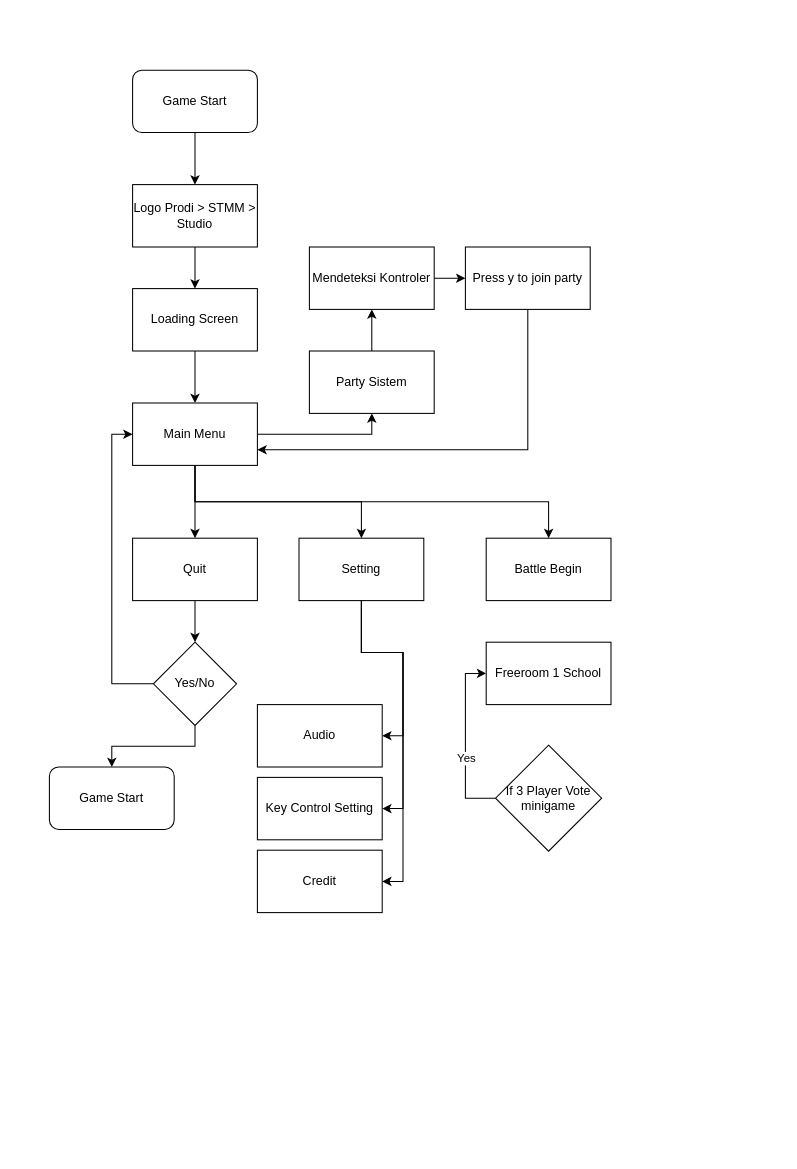
Before: Game Flow - Classmeet(Sport) .drawio in RioEka/S5, a draw.io diagram. Source tidied: cells renumbered, new cells numbered last; positions are measured from the earlier drawing's top-left corner, leaving out a move shared by most shapes. Both pictures are drawn from the tidied source at 104%, with x=0, y=0 at pixel (49, 70).
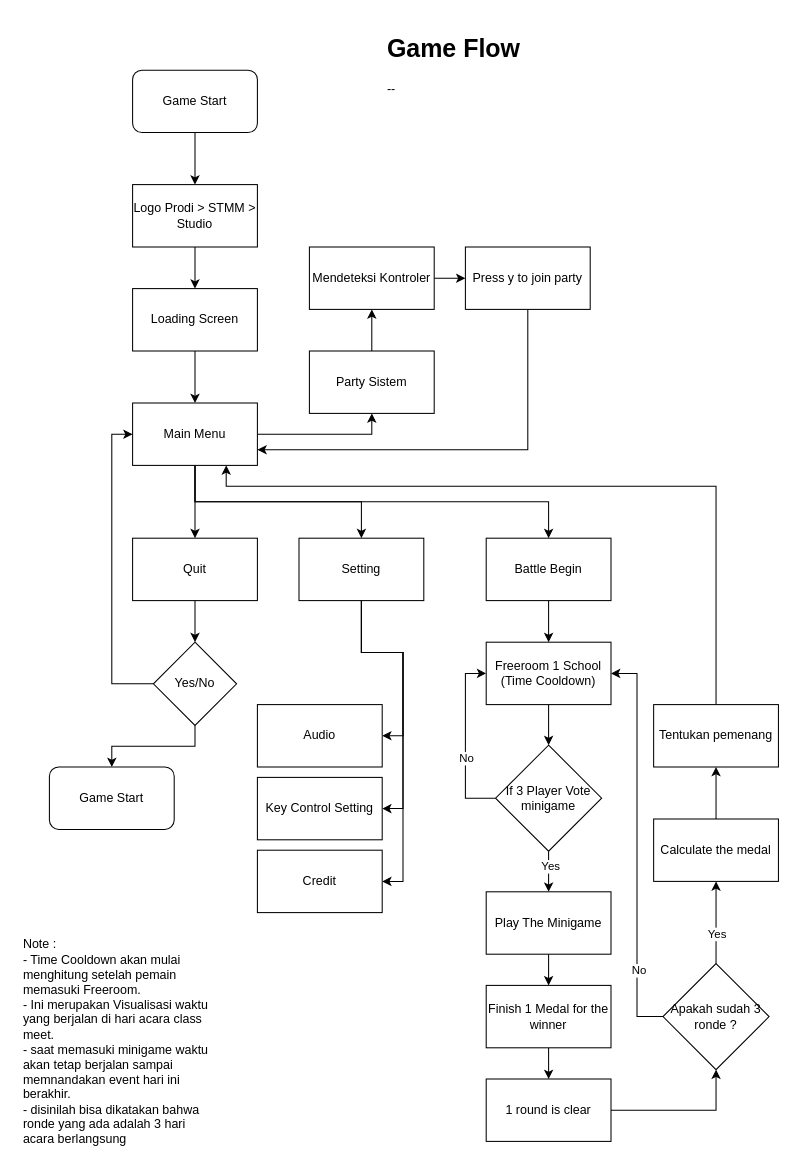
After the change.

The change refers to these unchanged cells:
```xml
<mxCell id="12" value="Main Menu" style="rounded=0;whiteSpace=wrap;html=1;" parent="1" vertex="1">
  <mxGeometry x="80" y="320" width="120" height="60" as="geometry" />
</mxCell>
<mxCell id="32" value="Battle Begin" style="rounded=0;whiteSpace=wrap;html=1;" parent="1" vertex="1">
  <mxGeometry x="420" y="450" width="120" height="60" as="geometry" />
</mxCell>
<mxCell id="34" style="edgeStyle=orthogonalEdgeStyle;rounded=0;jettySize=auto;html=1;exitX=0;exitY=0.5;exitDx=0;exitDy=0;entryX=0;entryY=0.5;entryDx=0;entryDy=0;" parent="1" edge="1" source="36" target="33">
  <mxGeometry relative="1" as="geometry" />
</mxCell>
<mxCell id="36" value="If 3 Player Vote minigame" style="rhombus;whiteSpace=wrap;html=1;" parent="1" vertex="1">
  <mxGeometry x="429" y="649" width="102" height="102" as="geometry" />
</mxCell>
```

Diff of the diagram source:
```diff
@@
+    <mxCell id="37" style="edgeStyle=orthogonalEdgeStyle;rounded=0;jettySize=auto;html=1;" parent="1" edge="1" source="32" target="33">
+      <mxGeometry relative="1" as="geometry" />
+    </mxCell>
@@
+    <mxCell id="38" style="edgeStyle=orthogonalEdgeStyle;rounded=0;jettySize=auto;html=1;" parent="1" edge="1" source="33" target="36">
+      <mxGeometry relative="1" as="geometry" />
+    </mxCell>
-    <mxCell id="33" value="Freeroom 1 School" style="rounded=0;whiteSpace=wrap;html=1;" parent="1" vertex="1">
+    <mxCell id="33" value="Freeroom 1 School&lt;br&gt;(Time Cooldown)" style="rounded=0;whiteSpace=wrap;html=1;" parent="1" vertex="1">
       <mxGeometry x="420" y="550" width="120" height="60" as="geometry" />
     </mxCell>
@@
-    <mxCell id="35" value="Yes" style="edgeLabel;html=1;align=center;verticalAlign=middle;" parent="34" vertex="1">
+    <mxCell id="35" value="No" style="edgeLabel;html=1;align=center;verticalAlign=middle;" parent="34" vertex="1">
       <mxGeometry x="-0.19" relative="1" as="geometry" />
     </mxCell>
+    <mxCell id="39" style="edgeStyle=orthogonalEdgeStyle;rounded=0;jettySize=auto;html=1;" parent="1" edge="1" source="36" target="42">
+      <mxGeometry relative="1" as="geometry" />
+    </mxCell>
+    <mxCell id="40" value="Yes" style="edgeLabel;html=1;align=center;verticalAlign=middle;" parent="39" vertex="1">
+      <mxGeometry x="-0.29" y="1" relative="1" as="geometry">
+        <mxPoint y="-1" as="offset" />
+      </mxGeometry>
+    </mxCell>
@@
+    <mxCell id="41" style="edgeStyle=orthogonalEdgeStyle;rounded=0;jettySize=auto;html=1;" parent="1" edge="1" source="42" target="44">
+      <mxGeometry relative="1" as="geometry" />
+    </mxCell>
+    <mxCell id="42" value="Play The Minigame" style="rounded=0;whiteSpace=wrap;html=1;" parent="1" vertex="1">
+      <mxGeometry x="420" y="790" width="120" height="60" as="geometry" />
+    </mxCell>
+    <mxCell id="43" style="edgeStyle=orthogonalEdgeStyle;rounded=0;jettySize=auto;html=1;" parent="1" edge="1" source="44" target="46">
+      <mxGeometry relative="1" as="geometry" />
+    </mxCell>
+    <mxCell id="44" value="Finish 1 Medal for the winner" style="whiteSpace=wrap;html=1;rounded=0;" parent="1" vertex="1">
+      <mxGeometry x="420" y="880" width="120" height="60" as="geometry" />
+    </mxCell>
+    <mxCell id="45" style="edgeStyle=orthogonalEdgeStyle;rounded=0;jettySize=auto;html=1;exitX=1;exitY=0.5;exitDx=0;exitDy=0;entryX=0.5;entryY=1;entryDx=0;entryDy=0;" parent="1" edge="1" source="46" target="51">
+      <mxGeometry relative="1" as="geometry" />
+    </mxCell>
+    <mxCell id="46" value="1 round is clear" style="whiteSpace=wrap;html=1;rounded=0;" parent="1" vertex="1">
+      <mxGeometry x="420" y="970" width="120" height="60" as="geometry" />
+    </mxCell>
+    <mxCell id="47" style="edgeStyle=orthogonalEdgeStyle;rounded=0;jettySize=auto;html=1;exitX=0;exitY=0.5;exitDx=0;exitDy=0;entryX=1;entryY=0.5;entryDx=0;entryDy=0;" parent="1" edge="1" source="51" target="33">
+      <mxGeometry relative="1" as="geometry" />
+    </mxCell>
+    <mxCell id="48" value="No" style="edgeLabel;html=1;align=center;verticalAlign=middle;" parent="47" vertex="1">
+      <mxGeometry x="-0.63" y="-1" relative="1" as="geometry" />
+    </mxCell>
+    <mxCell id="49" style="edgeStyle=orthogonalEdgeStyle;rounded=0;jettySize=auto;html=1;exitX=0.5;exitY=0;exitDx=0;exitDy=0;entryX=0.5;entryY=1;entryDx=0;entryDy=0;" parent="1" edge="1" source="51" target="53">
+      <mxGeometry relative="1" as="geometry" />
+    </mxCell>
+    <mxCell id="50" value="Yes" style="edgeLabel;html=1;align=center;verticalAlign=middle;" parent="49" vertex="1">
+      <mxGeometry x="0.17" relative="1" as="geometry">
+        <mxPoint y="17" as="offset" />
+      </mxGeometry>
+    </mxCell>
+    <mxCell id="51" value="Apakah sudah 3 ronde ?" style="rhombus;whiteSpace=wrap;html=1;" parent="1" vertex="1">
+      <mxGeometry x="590" y="859" width="102" height="102" as="geometry" />
+    </mxCell>
+    <mxCell id="52" style="edgeStyle=orthogonalEdgeStyle;rounded=0;jettySize=auto;html=1;" parent="1" edge="1" source="53" target="55">
+      <mxGeometry relative="1" as="geometry" />
+    </mxCell>
+    <mxCell id="53" value="Calculate the medal" style="rounded=0;whiteSpace=wrap;html=1;" parent="1" vertex="1">
+      <mxGeometry x="581" y="720" width="120" height="60" as="geometry" />
+    </mxCell>
+    <mxCell id="54" style="edgeStyle=orthogonalEdgeStyle;rounded=0;jettySize=auto;html=1;exitX=0.5;exitY=0;exitDx=0;exitDy=0;entryX=0.75;entryY=1;entryDx=0;entryDy=0;" parent="1" edge="1" source="55" target="12">
+      <mxGeometry relative="1" as="geometry">
+        <Array as="points">
+          <mxPoint x="641" y="400" />
+          <mxPoint x="170" y="400" />
+        </Array>
+      </mxGeometry>
+    </mxCell>
+    <mxCell id="55" value="Tentukan pemenang" style="rounded=0;whiteSpace=wrap;html=1;" parent="1" vertex="1">
+      <mxGeometry x="581" y="610" width="120" height="60" as="geometry" />
+    </mxCell>
+    <mxCell id="56" value="&lt;br&gt;Note : &lt;br&gt;- Time Cooldown akan mulai&amp;nbsp; &amp;nbsp; &amp;nbsp; menghitung setelah pemain memasuki Freeroom.&lt;br&gt;- Ini merupakan Visualisasi waktu yang berjalan di hari acara class meet.&lt;br&gt;- saat memasuki minigame waktu akan tetap berjalan sampai memnandakan event hari ini berakhir.&lt;br&gt;- disinilah bisa dikatakan bahwa ronde yang ada adalah 3 hari acara berlangsung&lt;br&gt;" style="text;html=1;strokeColor=none;fillColor=none;spacing=5;spacingTop=-20;whiteSpace=wrap;overflow=hidden;rounded=0;" parent="1" vertex="1">
+      <mxGeometry x="-30" y="830" width="190" height="210" as="geometry" />
+    </mxCell>
+    <mxCell id="57" value="&lt;h1&gt;Game Flow&lt;/h1&gt;&lt;p&gt;--&lt;/p&gt;" style="text;html=1;strokeColor=none;fillColor=none;spacing=5;spacingTop=-20;whiteSpace=wrap;overflow=hidden;rounded=0;" parent="1" vertex="1">
+      <mxGeometry x="320" y="-40" width="190" height="70" as="geometry" />
+    </mxCell>
```
